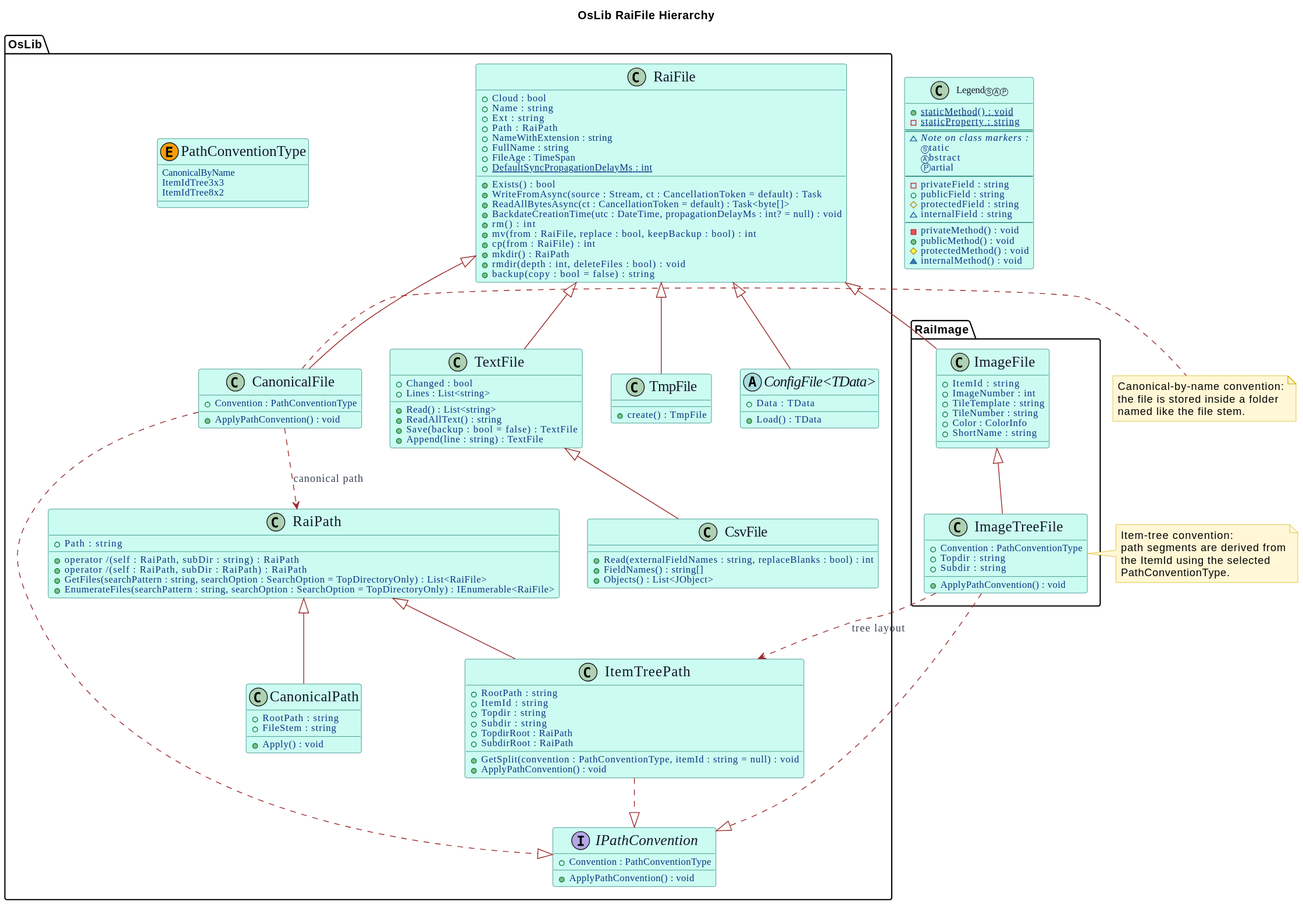
Earlier version of the PlantUML export OsLib-RaiFile-Hierarchy.svg (Burkhardt/OsLib). The source it was exported from:
```plantuml
@startuml

title OsLib RaiFile Hierarchy

skinparam backgroundColor white
skinparam shadowing false
skinparam DiagramFontName "Casual"
skinparam DiagramFontSize 36
skinparam ClassFontName "Casual"
skinparam ClassFontSize 36
skinparam ClassAttributeIconSize 10
skinparam ClassAttributeFontName Casual
skinparam ClassAttributeFontColor #053583
skinparam ClassAttributeFontWeight normal
skinparam ClassAttributeFontSize 12
skinparam ClassMethodFontName "Casual"
skinparam ClassMethodFontSize 12
skinparam ClassMethodFontWeight 500
skinparam ClassAttributeFontStyle normal
skinparam ClassBorderColor #0f766e
skinparam ClassBackgroundColor #ccfbf1
skinparam ClassFontColor #111827
skinparam EnumBorderColor #b45309
skinparam EnumBackgroundColor #fef3c7
skinparam EnumFontColor #7c2d12
skinparam NoteBackgroundColor #fff7d6
skinparam NoteBorderColor #d4b106
skinparam ArrowColor #9b2c2c
skinparam ArrowFontColor #374151
skinparam ArrowFontName "Casual"

show fields
show methods

package "OsLib" {
	interface "<size:18>IPathConvention</size>" as IPathConvention {
		+Convention : PathConventionType
		+ApplyPathConvention() : void
	}

	enum "<size:18>PathConventionType</size>" as PathConventionType << (E,#f59e0b) >> {
		CanonicalByName
		ItemIdTree3x3
		ItemIdTree8x2
	}

	class "<size:18>RaiPath</size>" as RaiPath {
		+Path : string
		+operator /(self : RaiPath, subDir : string) : RaiPath
		+operator /(self : RaiPath, subDir : RaiPath) : RaiPath
		+GetFiles(searchPattern : string, searchOption : SearchOption = TopDirectoryOnly) : List<RaiFile>
		+EnumerateFiles(searchPattern : string, searchOption : SearchOption = TopDirectoryOnly) : IEnumerable<RaiFile>
	}

	class "<size:18>CanonicalPath</size>" as CanonicalPath {
		+RootPath : string
		+FileStem : string
		+Apply() : void
	}

	class "<size:18>ItemTreePath</size>" as ItemTreePath {
		+RootPath : string
		+ItemId : string
		+Topdir : string
		+Subdir : string
		+TopdirRoot : RaiPath
		+SubdirRoot : RaiPath
		+GetSplit(convention : PathConventionType, itemId : string = null) : void
		+ApplyPathConvention() : void
	}

	class "<size:18>RaiFile</size>" as RaiFile {
		+Cloud : bool
		+Name : string
		+Ext : string
		+Path : RaiPath
		+NameWithExtension : string
		+FullName : string
		+FileAge : TimeSpan
		+{static} DefaultSyncPropagationDelayMs : int
		+Exists() : bool
		+WriteFromAsync(source : Stream, ct : CancellationToken = default) : Task
		+ReadAllBytesAsync(ct : CancellationToken = default) : Task<byte[]>
		+BackdateCreationTime(utc : DateTime, propagationDelayMs : int? = null) : void
		+rm() : int
		+mv(from : RaiFile, replace : bool, keepBackup : bool) : int
		+cp(from : RaiFile) : int
		+mkdir() : RaiPath
		+rmdir(depth : int, deleteFiles : bool) : void
		+backup(copy : bool = false) : string
	}

	class "<size:18>TextFile</size>" as TextFile {
		+Changed : bool
		+Lines : List<string>
		+Read() : List<string>
		+ReadAllText() : string
		+Save(backup : bool = false) : TextFile
		+Append(line : string) : TextFile
	}

	class "<size:18>CsvFile</size>" as CsvFile {
		+Read(externalFieldNames : string, replaceBlanks : bool) : int
		+FieldNames() : string[]
		+Objects() : List<JObject>
	}

	class "<size:18>TmpFile</size>" as TmpFile {
		+create() : TmpFile
	}

	class "<size:18>CanonicalFile</size>" as CanonicalFile {
		+Convention : PathConventionType
		+ApplyPathConvention() : void
	}

	abstract class "<size:18>ConfigFile<TData></size>" as ConfigFile {
		+Data : TData
		+Load() : TData
	}
}

package "RaiImage" {
	class "<size:18>ImageFile</size>" as ImageFile {
		+ItemId : string
		+ImageNumber : int
		+TileTemplate : string
		+TileNumber : string
		+Color : ColorInfo
		+ShortName : string
	}

	class "<size:18>ImageTreeFile</size>" as ImageTreeFile {
		+Convention : PathConventionType
		+Topdir : string
		+Subdir : string
		+ApplyPathConvention() : void
	}
}

CanonicalFile ..|> IPathConvention
ImageTreeFile ..|> IPathConvention
ItemTreePath ..|> IPathConvention

RaiPath <|-- CanonicalPath
RaiPath <|-- ItemTreePath

RaiFile <|-- TextFile
TextFile <|-- CsvFile
RaiFile <|-- TmpFile
RaiFile <|-- CanonicalFile
RaiFile <|-- ConfigFile
RaiFile <|-- ImageFile
ImageFile <|-- ImageTreeFile

CanonicalFile ..> RaiPath : canonical path
ImageTreeFile ..> ItemTreePath : tree layout

class "Legend<size:10>ⓈⒶⓅ</size>" as LegendSample {
	+{static} staticMethod() : void
	-{static} staticProperty : string
	==
	~<i>Note on class markers :</i>
	<size:10>Ⓢ</size>tatic
	<size:10>Ⓐ</size>bstract
	Ⓟartial
	--
	- privateField : string
	+ publicField : string
	# protectedField : string
	~ internalField : string
	--
	- privateMethod() : void
	+ publicMethod() : void
	# protectedMethod() : void
	~ internalMethod() : void
}

note right of CanonicalFile
	Canonical-by-name convention:
	the file is stored inside a folder
	named like the file stem.
end note

note right of ImageTreeFile
	Item-tree convention:
	path segments are derived from
	the ItemId using the selected
	PathConventionType.
end note
@enduml
```
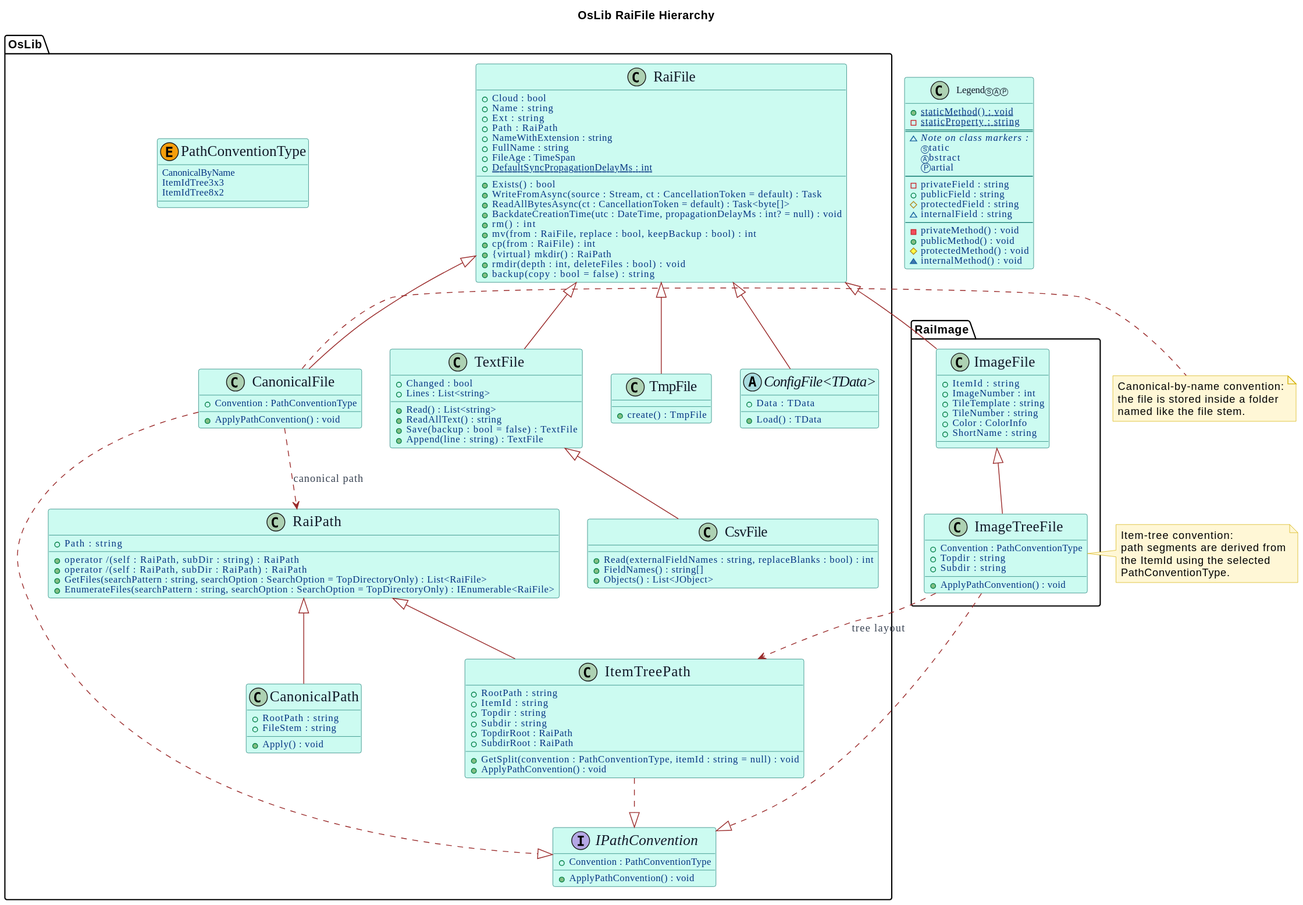
The same diagram one commit later.

Change to the diagram source:
```diff
@@ -85,7 +85,7 @@
 		+rm() : int
 		+mv(from : RaiFile, replace : bool, keepBackup : bool) : int
 		+cp(from : RaiFile) : int
-		+mkdir() : RaiPath
+		+{virtual} mkdir() : RaiPath
 		+rmdir(depth : int, deleteFiles : bool) : void
 		+backup(copy : bool = false) : string
 	}
```
